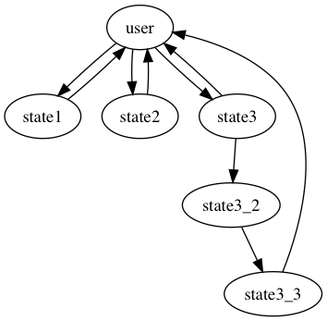
DDCAROL/cc_chatbot keeps this Graphviz diagram as pic.png. Above is the earlier version. Its source is kept beside it as pic.dot. Its diagram source:
```dot
digraph pic {
	user -> state1
	state1 -> user
	user -> state2
	state2 -> user
	user -> state3
	state3 -> user
	state3 -> state3_2
	state3_2 -> state3_3
	state3_3 -> user

}
```
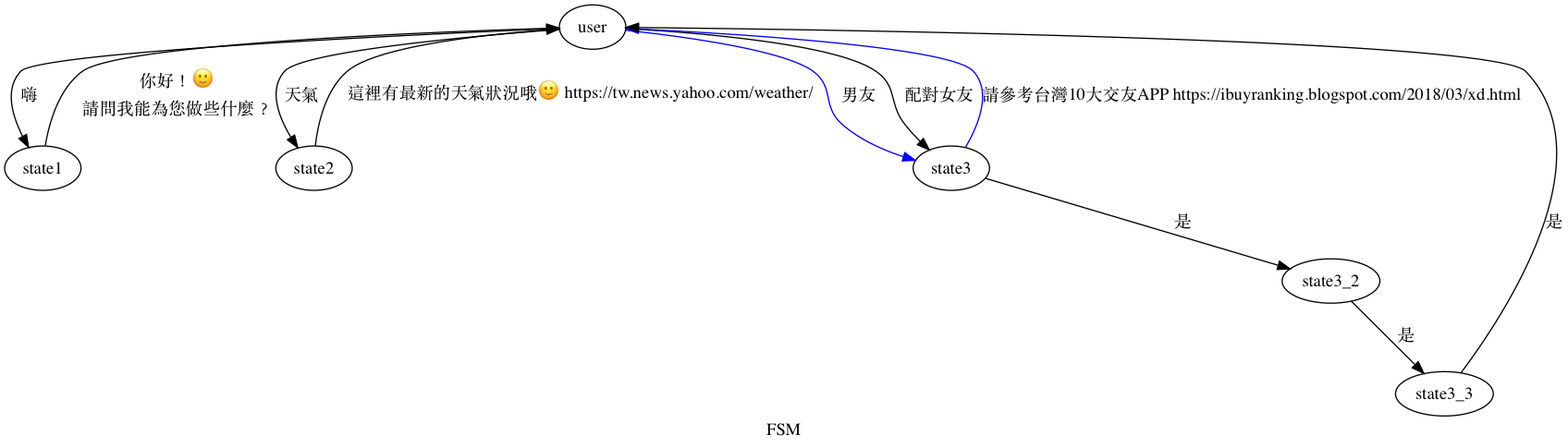
After the commit.

Commit message:
refresh graph

Diff of the diagram source:
```diff
@@ -1,12 +1,21 @@
 digraph pic {
-	user -> state1
-	state1 -> user
-	user -> state2
-	state2 -> user
-	user -> state3
-	state3 -> user
-	state3 -> state3_2
-	state3_2 -> state3_3
-	state3_3 -> user
+	label="FSM"
+	user
+	state1
+	state2
+	state3
+	state3_2
+	state3_3
+
+	user -> state1[label="嗨"]
+	state1 -> user[label="你好！🙂\n請問我能為您做些什麼？"]
+	user -> state2[label="天氣"]
+	state2 -> user[label="這裡有最新的天氣狀況哦🙂 https://tw.news.yahoo.com/weather/"]
+	user -> state3[label="男友" color=blue]
+	user -> state3[label="配對女友"]
+	state3 -> user[label="請參考台灣10大交友APP https://ibuyranking.blogspot.com/2018/03/xd.html" color=blue]
+	state3 -> state3_2[label="是"]
+	state3_2 -> state3_3[label="是"]
+	state3_3 -> user[label="是"]
 
 }
```
